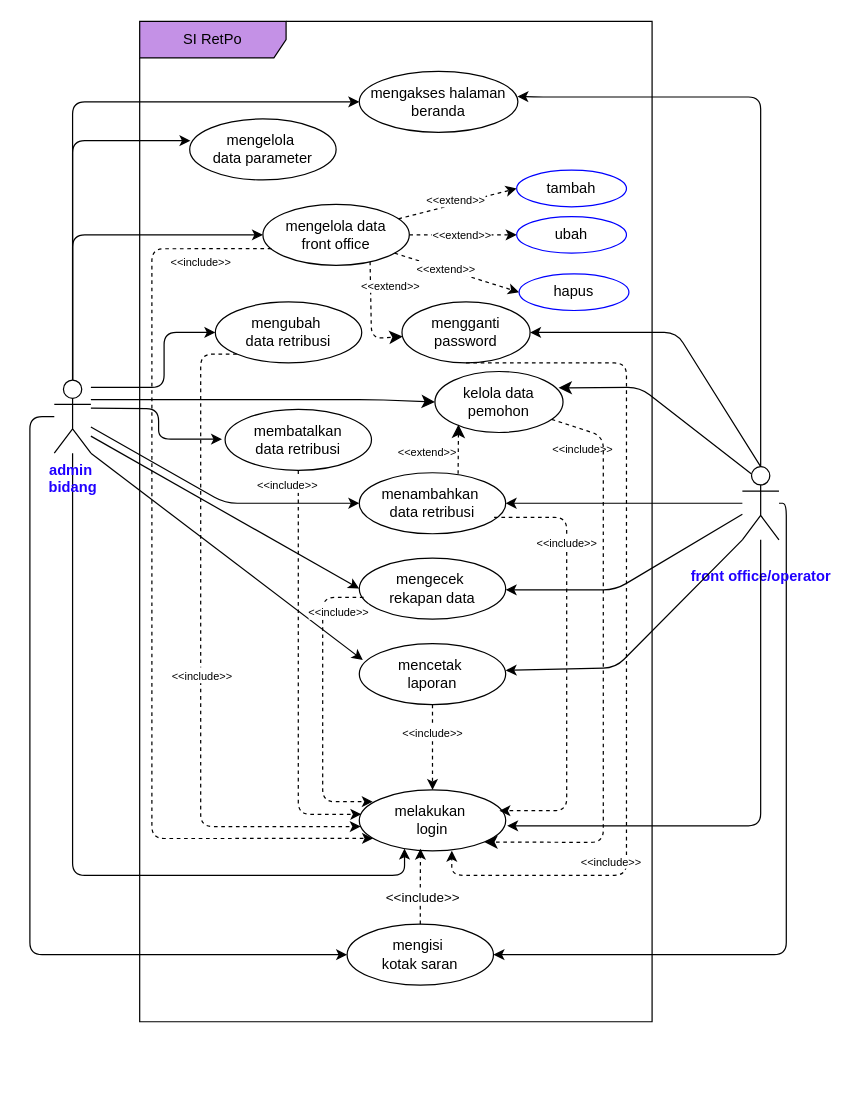
Earlier version of the draw.io diagram page "use case" (1 of 3) of SI-retribusi.drawio (eenattayani/desain). Source tidied: cells renumbered, new cells numbered last; positions are measured from the earlier drawing's top-left corner, leaving out a move shared by most shapes. Both pictures are drawn from the tidied source at 122%, with x=0, y=0 at pixel (29, 21).
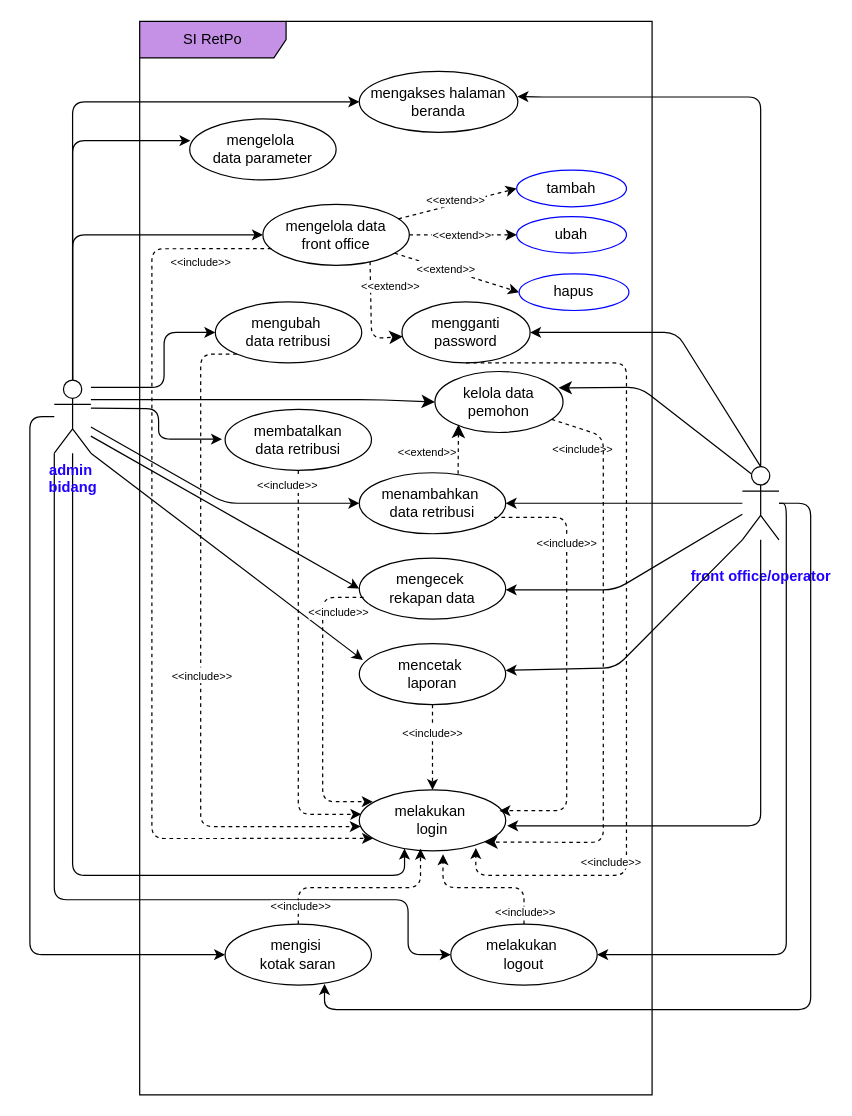
The same page after the edit.

Unchanged cells that the change refers to:
```xml
<mxCell id="8" value="admin&amp;nbsp;&lt;div&gt;bidang&lt;/div&gt;" style="shape=umlActor;verticalLabelPosition=bottom;verticalAlign=top;html=1;outlineConnect=0;align=center;fontStyle=1;fontColor=#2000FF;" parent="1" vertex="1">
  <mxGeometry x="20" y="294" width="30" height="60" as="geometry" />
</mxCell>
<mxCell id="13" value="&lt;h4&gt;front office/operator&lt;/h4&gt;" style="shape=umlActor;verticalLabelPosition=bottom;verticalAlign=top;html=1;outlineConnect=0;fontColor=#2000FF;" parent="1" vertex="1">
  <mxGeometry x="584" y="365" width="30" height="60" as="geometry" />
</mxCell>
<mxCell id="14" value="melakukan&amp;nbsp;&lt;div&gt;login&lt;/div&gt;" style="ellipse;whiteSpace=wrap;html=1;shadow=0;" parent="1" vertex="1">
  <mxGeometry x="270" y="630" width="120" height="50" as="geometry" />
</mxCell>
<mxCell id="51" value="mengganti password" style="ellipse;whiteSpace=wrap;html=1;shadow=0;" parent="1" vertex="1">
  <mxGeometry x="305" y="230" width="105" height="50" as="geometry" />
</mxCell>
```

Diff of the diagram source:
```diff
@@
+    <mxCell id="67" style="edgeStyle=orthogonalEdgeStyle;rounded=1;jettySize=auto;html=1;entryX=0;entryY=0.5;entryDx=0;entryDy=0;curved=0;" parent="1" edge="1" source="8" target="68">
+      <mxGeometry relative="1" as="geometry">
+        <Array as="points">
+          <mxPoint x="20" y="720" />
+          <mxPoint x="310" y="720" />
+          <mxPoint x="310" y="765" />
+        </Array>
+      </mxGeometry>
+    </mxCell>
@@
     <mxCell id="9" value="SI RetPo" style="shape=umlFrame;whiteSpace=wrap;html=1;fillColor=#C491E6;width=120;height=30;" parent="1" vertex="1">
-      <mxGeometry x="90" width="420" height="820" as="geometry" />
+      <mxGeometry x="90" width="420" height="880" as="geometry" />
     </mxCell>
@@
-    <mxCell id="12" style="edgeStyle=orthogonalEdgeStyle;rounded=1;jettySize=auto;html=1;entryX=1;entryY=0.5;entryDx=0;entryDy=0;curved=0;" parent="1" edge="1" source="13" target="64">
+    <mxCell id="12" style="edgeStyle=orthogonalEdgeStyle;rounded=1;jettySize=auto;html=1;entryX=1;entryY=0.5;entryDx=0;entryDy=0;curved=0;" parent="1" edge="1" source="13" target="68">
       <mxGeometry relative="1" as="geometry">
         <Array as="points">
           <mxPoint x="620" y="395" />
           <mxPoint x="620" y="765" />
         </Array>
       </mxGeometry>
     </mxCell>
@@
-    <mxCell id="52" style="edgeStyle=orthogonalEdgeStyle;rounded=1;jettySize=auto;html=1;curved=0;dashed=1;entryX=0.632;entryY=0.995;entryDx=0;entryDy=0;entryPerimeter=0;" parent="1" edge="1" source="51" target="14">
+    <mxCell id="52" style="edgeStyle=orthogonalEdgeStyle;rounded=1;jettySize=auto;html=1;curved=0;dashed=1;entryX=0.796;entryY=0.95;entryDx=0;entryDy=0;entryPerimeter=0;" parent="1" edge="1" source="51" target="14">
       <mxGeometry relative="1" as="geometry">
         <Array as="points">
           <mxPoint x="489" y="280" />
           <mxPoint x="489" y="700" />
-          <mxPoint x="346" y="700" />
+          <mxPoint x="366" y="700" />
+          <mxPoint x="366" y="677" />
         </Array>
       </mxGeometry>
     </mxCell>
@@
     <mxCell id="64" value="mengisi&amp;nbsp;&lt;div&gt;kotak saran&lt;/div&gt;" style="ellipse;whiteSpace=wrap;html=1;shadow=0;" parent="1" vertex="1">
-      <mxGeometry x="260" y="740" width="120" height="50" as="geometry" />
+      <mxGeometry x="160" y="740" width="120" height="50" as="geometry" />
     </mxCell>
-    <mxCell id="65" style="edgeStyle=orthogonalEdgeStyle;rounded=0;jettySize=auto;html=1;entryX=0.418;entryY=0.964;entryDx=0;entryDy=0;entryPerimeter=0;dashed=1;" parent="1" edge="1" source="64" target="14">
+    <mxCell id="65" style="edgeStyle=orthogonalEdgeStyle;rounded=1;jettySize=auto;html=1;entryX=0.418;entryY=0.964;entryDx=0;entryDy=0;entryPerimeter=0;dashed=1;curved=0;" parent="1" edge="1" source="64" target="14">
       <mxGeometry relative="1" as="geometry" />
     </mxCell>
-    <mxCell id="66" value="&amp;lt;&amp;lt;include&amp;gt;&amp;gt;" style="edgeLabel;html=1;align=center;verticalAlign=middle;" parent="65" vertex="1">
+    <mxCell id="66" value="&amp;lt;&amp;lt;include&amp;gt;&amp;gt;" style="edgeLabel;html=1;align=center;verticalAlign=middle;fontSize=9;" parent="65" vertex="1">
       <mxGeometry x="-0.21" y="-1" relative="1" as="geometry">
-        <mxPoint y="1" as="offset" />
+        <mxPoint x="-33" y="14" as="offset" />
       </mxGeometry>
     </mxCell>
+    <mxCell id="68" value="melakukan&amp;nbsp;&lt;div&gt;logout&lt;/div&gt;" style="ellipse;whiteSpace=wrap;html=1;shadow=0;" parent="1" vertex="1">
+      <mxGeometry x="345" y="740" width="120" height="50" as="geometry" />
+    </mxCell>
+    <mxCell id="69" style="edgeStyle=orthogonalEdgeStyle;rounded=1;jettySize=auto;html=1;entryX=0.572;entryY=1.052;entryDx=0;entryDy=0;entryPerimeter=0;dashed=1;curved=0;" parent="1" edge="1" source="68" target="14">
+      <mxGeometry relative="1" as="geometry" />
+    </mxCell>
+    <mxCell id="70" value="&amp;lt;&amp;lt;include&amp;gt;&amp;gt;" style="edgeLabel;html=1;align=center;verticalAlign=middle;fontSize=9;" parent="1" vertex="1">
+      <mxGeometry x="405" y="730" as="geometry" />
+    </mxCell>
+    <mxCell id="71" style="edgeStyle=orthogonalEdgeStyle;rounded=1;jettySize=auto;html=1;entryX=0.679;entryY=0.98;entryDx=0;entryDy=0;entryPerimeter=0;curved=0;" parent="1" edge="1" source="13" target="64">
+      <mxGeometry relative="1" as="geometry">
+        <Array as="points">
+          <mxPoint x="640" y="395" />
+          <mxPoint x="640" y="810" />
+          <mxPoint x="242" y="810" />
+        </Array>
+      </mxGeometry>
+    </mxCell>
```
